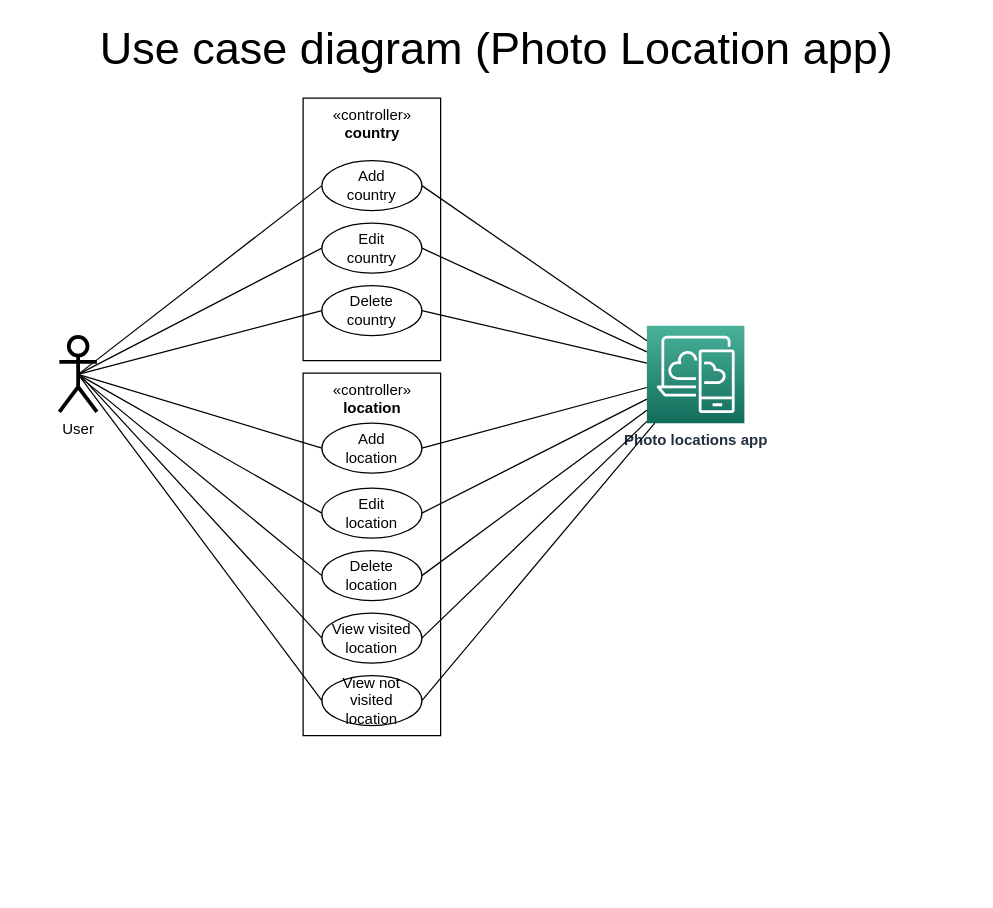
Earlier version of the draw.io diagram page "Use Case" (4 of 7) of Design/Design.drawio (Michalju/PhotoApp). Source tidied: cells renumbered, new cells numbered last; positions are measured from the earlier drawing's top-left corner, leaving out a move shared by most shapes. Both pictures are drawn from the tidied source at 125%, with x=0, y=0 at pixel (21, 22).
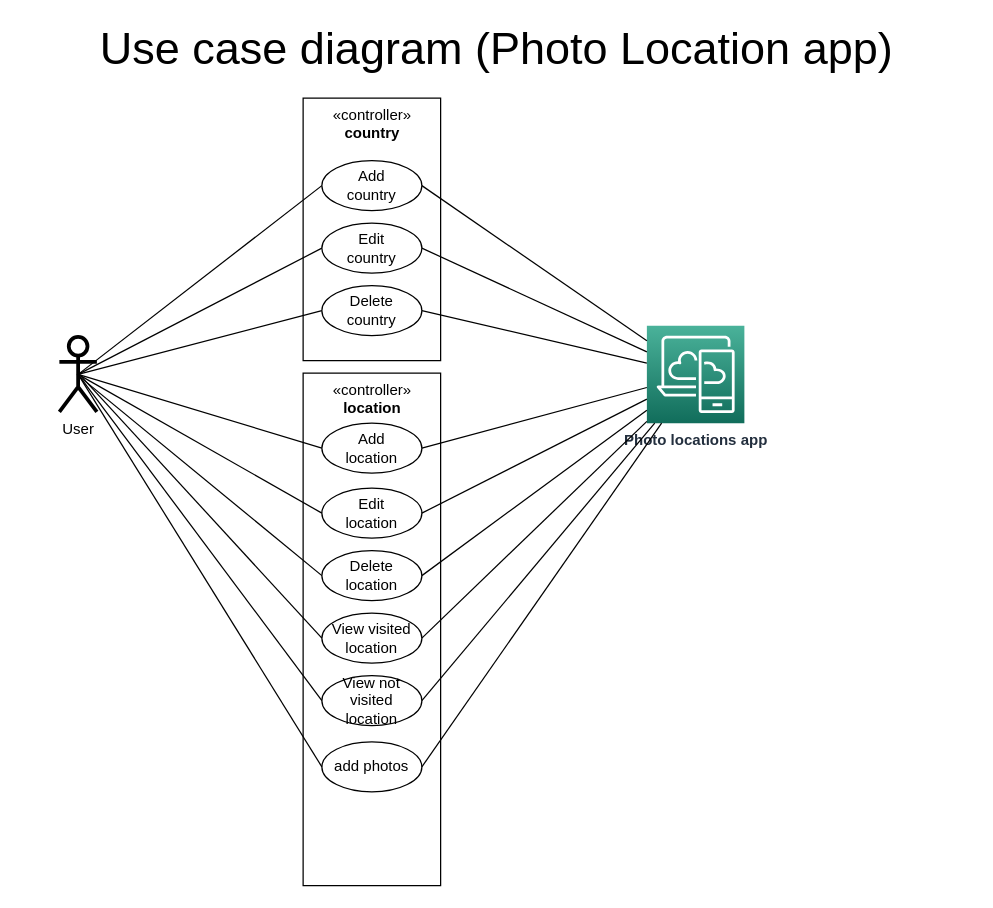
After the change.

Unchanged cells that the change refers to:
```xml
<mxCell id="4" value="User" style="shape=umlActor;verticalLabelPosition=bottom;verticalAlign=top;html=1;strokeWidth=3;" parent="1" vertex="1">
  <mxGeometry x="30" y="251" width="30" height="60" as="geometry" />
</mxCell>
<mxCell id="6" value="Photo locations app" style="outlineConnect=0;fontColor=#232F3E;gradientColor=#4AB29A;gradientDirection=north;fillColor=#116D5B;strokeColor=#ffffff;dashed=0;verticalLabelPosition=bottom;verticalAlign=top;align=center;html=1;fontSize=12;fontStyle=1;shape=mxgraph.aws4.resourceIcon;resIcon=mxgraph.aws4.desktop_and_app_streaming;" parent="1" vertex="1">
  <mxGeometry x="500" y="242" width="78" height="78" as="geometry" />
</mxCell>
```

Change to the diagram source:
```diff
@@
     <mxCell id="2" value="«controller»&lt;br&gt;&lt;b&gt;location&lt;/b&gt;" style="html=1;verticalAlign=top;" parent="1" vertex="1">
-      <mxGeometry x="225" y="280" width="110" height="290" as="geometry" />
+      <mxGeometry x="225" y="280" width="110" height="410" as="geometry" />
     </mxCell>
@@
+    <mxCell id="31" value="add photos" style="ellipse;whiteSpace=wrap;html=1;" parent="1" vertex="1">
+      <mxGeometry x="240" y="575" width="80" height="40" as="geometry" />
+    </mxCell>
+    <mxCell id="32" style="endArrow=none;html=1;strokeWidth=1;entryX=0;entryY=0.5;entryDx=0;entryDy=0;exitX=0.5;exitY=0.5;exitDx=0;exitDy=0;exitPerimeter=0;" parent="1" edge="1" source="4" target="31">
+      <mxGeometry relative="1" as="geometry" />
+    </mxCell>
+    <mxCell id="33" style="endArrow=none;html=1;strokeWidth=1;exitX=1;exitY=0.5;exitDx=0;exitDy=0;" parent="1" edge="1" source="31" target="6">
+      <mxGeometry relative="1" as="geometry" />
+    </mxCell>
```
